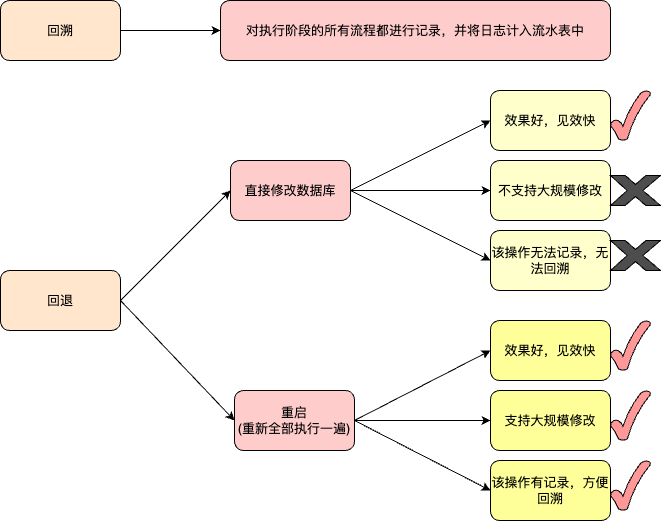
liujunao/draw-data keeps this draw.io diagram as work-draw-file/纠偏之回溯与回滚.png. Above is the earlier version. Source tidied: cells renumbered, new cells last; positions are measured from the earlier drawing's top-left corner, leaving out a move shared by most shapes. The source it was exported from:
```xml
<mxGraphModel>
  <root>
    <mxCell id="0" />
    <mxCell id="1" parent="0" />
    <mxCell id="2" style="rounded=0;jettySize=auto;html=1;exitX=1;exitY=0.5;exitDx=0;exitDy=0;entryX=0;entryY=0.5;entryDx=0;entryDy=0;" parent="1" edge="1" source="4" target="8">
      <mxGeometry relative="1" as="geometry" />
    </mxCell>
    <mxCell id="3" style="rounded=0;jettySize=auto;html=1;exitX=1;exitY=0.5;exitDx=0;exitDy=0;entryX=0;entryY=0.5;entryDx=0;entryDy=0;" parent="1" edge="1" source="4" target="15">
      <mxGeometry relative="1" as="geometry" />
    </mxCell>
    <mxCell id="4" value="回退" style="rounded=1;whiteSpace=wrap;html=1;fillColor=#FFE6CC;" parent="1" vertex="1">
      <mxGeometry y="270" width="120" height="60" as="geometry" />
    </mxCell>
    <mxCell id="5" style="rounded=0;jettySize=auto;html=1;exitX=1;exitY=0.5;exitDx=0;exitDy=0;entryX=0;entryY=0.5;entryDx=0;entryDy=0;" parent="1" edge="1" source="8" target="9">
      <mxGeometry relative="1" as="geometry" />
    </mxCell>
    <mxCell id="6" style="edgeStyle=orthogonalEdgeStyle;rounded=0;jettySize=auto;html=1;exitX=1;exitY=0.5;exitDx=0;exitDy=0;entryX=0;entryY=0.5;entryDx=0;entryDy=0;" parent="1" edge="1" source="8" target="10">
      <mxGeometry relative="1" as="geometry" />
    </mxCell>
    <mxCell id="7" style="rounded=0;jettySize=auto;html=1;exitX=1;exitY=0.5;exitDx=0;exitDy=0;entryX=0;entryY=0.5;entryDx=0;entryDy=0;" parent="1" edge="1" source="8" target="11">
      <mxGeometry relative="1" as="geometry" />
    </mxCell>
    <mxCell id="8" value="直接修改数据库" style="rounded=1;whiteSpace=wrap;html=1;fillColor=#FFCCCC;" parent="1" vertex="1">
      <mxGeometry x="230" y="160" width="120" height="60" as="geometry" />
    </mxCell>
    <mxCell id="9" value="效果好，见效快" style="rounded=1;whiteSpace=wrap;html=1;fillColor=#FFFFCC;" parent="1" vertex="1">
      <mxGeometry x="490" y="90" width="120" height="60" as="geometry" />
    </mxCell>
    <mxCell id="10" value="不支持大规模修改" style="rounded=1;whiteSpace=wrap;html=1;fillColor=#FFFFCC;" parent="1" vertex="1">
      <mxGeometry x="490" y="160" width="120" height="60" as="geometry" />
    </mxCell>
    <mxCell id="11" value="该操作无法记录，无法回溯" style="rounded=1;whiteSpace=wrap;html=1;fillColor=#FFFFCC;" parent="1" vertex="1">
      <mxGeometry x="490" y="230" width="120" height="60" as="geometry" />
    </mxCell>
    <mxCell id="12" style="rounded=0;jettySize=auto;html=1;exitX=1;exitY=0.5;exitDx=0;exitDy=0;entryX=0;entryY=0.5;entryDx=0;entryDy=0;" parent="1" edge="1" source="15" target="16">
      <mxGeometry relative="1" as="geometry" />
    </mxCell>
    <mxCell id="13" style="edgeStyle=orthogonalEdgeStyle;rounded=0;jettySize=auto;html=1;exitX=1;exitY=0.5;exitDx=0;exitDy=0;entryX=0;entryY=0.5;entryDx=0;entryDy=0;" parent="1" edge="1" source="15" target="17">
      <mxGeometry relative="1" as="geometry" />
    </mxCell>
    <mxCell id="14" style="rounded=0;jettySize=auto;html=1;exitX=1;exitY=0.5;exitDx=0;exitDy=0;entryX=0;entryY=0.5;entryDx=0;entryDy=0;" parent="1" edge="1" source="15" target="18">
      <mxGeometry relative="1" as="geometry" />
    </mxCell>
    <mxCell id="15" value="重启&lt;br&gt;(重新全部执行一遍)" style="rounded=1;whiteSpace=wrap;html=1;fillColor=#FFCCCC;" parent="1" vertex="1">
      <mxGeometry x="234" y="390" width="120" height="60" as="geometry" />
    </mxCell>
    <mxCell id="16" value="效果好，见效快" style="rounded=1;whiteSpace=wrap;html=1;fillColor=#FFFF99;" parent="1" vertex="1">
      <mxGeometry x="490" y="320" width="120" height="60" as="geometry" />
    </mxCell>
    <mxCell id="17" value="支持大规模修改" style="rounded=1;whiteSpace=wrap;html=1;fillColor=#FFFF99;" parent="1" vertex="1">
      <mxGeometry x="490" y="390" width="120" height="60" as="geometry" />
    </mxCell>
    <mxCell id="18" value="该操作有记录，方便回溯" style="rounded=1;whiteSpace=wrap;html=1;fillColor=#FFFF99;" parent="1" vertex="1">
      <mxGeometry x="490" y="460" width="120" height="60" as="geometry" />
    </mxCell>
    <mxCell id="19" style="verticalLabelPosition=bottom;verticalAlign=top;html=1;shape=mxgraph.basic.tick;fillColor=#FF9999;" parent="1" vertex="1">
      <mxGeometry x="610" y="90" width="40" height="50" as="geometry" />
    </mxCell>
    <mxCell id="20" style="verticalLabelPosition=bottom;verticalAlign=top;html=1;shape=mxgraph.basic.tick;fillColor=#FF9999;" parent="1" vertex="1">
      <mxGeometry x="610" y="320" width="40" height="50" as="geometry" />
    </mxCell>
    <mxCell id="21" style="verticalLabelPosition=bottom;verticalAlign=top;html=1;shape=mxgraph.basic.tick;fillColor=#FF9999;" parent="1" vertex="1">
      <mxGeometry x="610" y="390" width="40" height="50" as="geometry" />
    </mxCell>
    <mxCell id="22" style="verticalLabelPosition=bottom;verticalAlign=top;html=1;shape=mxgraph.basic.tick;fillColor=#FF9999;" parent="1" vertex="1">
      <mxGeometry x="610" y="460" width="40" height="50" as="geometry" />
    </mxCell>
    <mxCell id="23" style="verticalLabelPosition=bottom;verticalAlign=top;html=1;shape=mxgraph.basic.x;fillColor=#4D4D4D;" parent="1" vertex="1">
      <mxGeometry x="610" y="175" width="50" height="30" as="geometry" />
    </mxCell>
    <mxCell id="24" style="verticalLabelPosition=bottom;verticalAlign=top;html=1;shape=mxgraph.basic.x;fillColor=#4D4D4D;" parent="1" vertex="1">
      <mxGeometry x="610" y="240" width="50" height="30" as="geometry" />
    </mxCell>
    <mxCell id="25" value="对执行阶段的所有流程都进行记录，并将日志计入流水表中" style="rounded=1;whiteSpace=wrap;html=1;fillColor=#FFCCCC;" parent="1" vertex="1">
      <mxGeometry x="220" width="390" height="60" as="geometry" />
    </mxCell>
    <mxCell id="26" style="edgeStyle=orthogonalEdgeStyle;rounded=0;jettySize=auto;html=1;exitX=1;exitY=0.5;exitDx=0;exitDy=0;entryX=0;entryY=0.5;entryDx=0;entryDy=0;" parent="1" edge="1" source="27" target="25">
      <mxGeometry relative="1" as="geometry" />
    </mxCell>
    <mxCell id="27" value="回溯" style="rounded=1;whiteSpace=wrap;html=1;fillColor=#FFE6CC;" parent="1" vertex="1">
      <mxGeometry width="120" height="60" as="geometry" />
    </mxCell>
  </root>
</mxGraphModel>
```
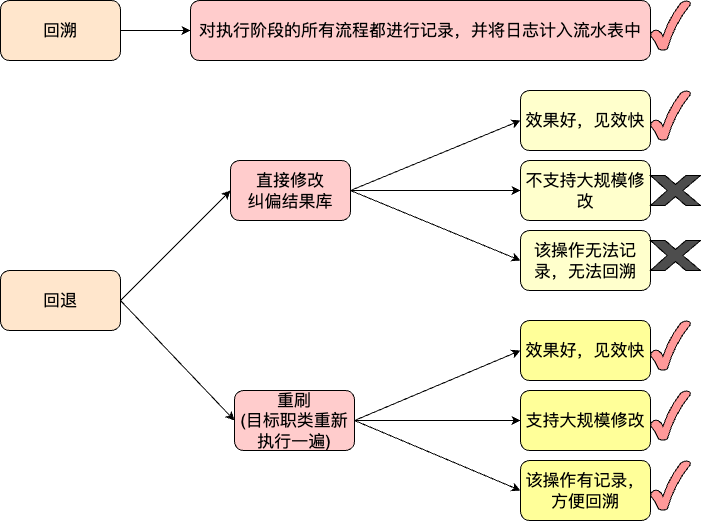
The same diagram one commit later.

Commit message:
更新纠偏之回溯与回滚.png

Change to the diagram source:
```diff
@@ -8,7 +8,7 @@
     <mxCell id="3" style="rounded=0;jettySize=auto;html=1;exitX=1;exitY=0.5;exitDx=0;exitDy=0;entryX=0;entryY=0.5;entryDx=0;entryDy=0;" parent="1" edge="1" source="4" target="15">
       <mxGeometry relative="1" as="geometry" />
     </mxCell>
-    <mxCell id="4" value="回退" style="rounded=1;whiteSpace=wrap;html=1;fillColor=#FFE6CC;" parent="1" vertex="1">
+    <mxCell id="4" value="&lt;font style=&quot;font-size: 17px;&quot;&gt;回退&lt;/font&gt;" style="rounded=1;whiteSpace=wrap;html=1;fillColor=#FFE6CC;" parent="1" vertex="1">
       <mxGeometry y="270" width="120" height="60" as="geometry" />
     </mxCell>
     <mxCell id="5" style="rounded=0;jettySize=auto;html=1;exitX=1;exitY=0.5;exitDx=0;exitDy=0;entryX=0;entryY=0.5;entryDx=0;entryDy=0;" parent="1" edge="1" source="8" target="9">
@@ -20,17 +20,17 @@
     <mxCell id="7" style="rounded=0;jettySize=auto;html=1;exitX=1;exitY=0.5;exitDx=0;exitDy=0;entryX=0;entryY=0.5;entryDx=0;entryDy=0;" parent="1" edge="1" source="8" target="11">
       <mxGeometry relative="1" as="geometry" />
     </mxCell>
-    <mxCell id="8" value="直接修改数据库" style="rounded=1;whiteSpace=wrap;html=1;fillColor=#FFCCCC;" parent="1" vertex="1">
+    <mxCell id="8" value="&lt;font style=&quot;font-size: 17px;&quot;&gt;直接修改&lt;br&gt;纠偏结果库&lt;/font&gt;" style="rounded=1;whiteSpace=wrap;html=1;fillColor=#FFCCCC;" parent="1" vertex="1">
       <mxGeometry x="230" y="160" width="120" height="60" as="geometry" />
     </mxCell>
-    <mxCell id="9" value="效果好，见效快" style="rounded=1;whiteSpace=wrap;html=1;fillColor=#FFFFCC;" parent="1" vertex="1">
-      <mxGeometry x="490" y="90" width="120" height="60" as="geometry" />
+    <mxCell id="9" value="&lt;font style=&quot;font-size: 17px;&quot;&gt;效果好，见效快&lt;/font&gt;" style="rounded=1;whiteSpace=wrap;html=1;fillColor=#FFFFCC;" parent="1" vertex="1">
+      <mxGeometry x="520" y="90" width="130" height="60" as="geometry" />
     </mxCell>
-    <mxCell id="10" value="不支持大规模修改" style="rounded=1;whiteSpace=wrap;html=1;fillColor=#FFFFCC;" parent="1" vertex="1">
-      <mxGeometry x="490" y="160" width="120" height="60" as="geometry" />
+    <mxCell id="10" value="&lt;font style=&quot;font-size: 17px;&quot;&gt;不支持大规模修改&lt;/font&gt;" style="rounded=1;whiteSpace=wrap;html=1;fillColor=#FFFFCC;" parent="1" vertex="1">
+      <mxGeometry x="520" y="160" width="130" height="60" as="geometry" />
     </mxCell>
-    <mxCell id="11" value="该操作无法记录，无法回溯" style="rounded=1;whiteSpace=wrap;html=1;fillColor=#FFFFCC;" parent="1" vertex="1">
-      <mxGeometry x="490" y="230" width="120" height="60" as="geometry" />
+    <mxCell id="11" value="&lt;font style=&quot;font-size: 17px;&quot;&gt;该操作无法记录，无法回溯&lt;/font&gt;" style="rounded=1;whiteSpace=wrap;html=1;fillColor=#FFFFCC;" parent="1" vertex="1">
+      <mxGeometry x="520" y="230" width="130" height="60" as="geometry" />
     </mxCell>
     <mxCell id="12" style="rounded=0;jettySize=auto;html=1;exitX=1;exitY=0.5;exitDx=0;exitDy=0;entryX=0;entryY=0.5;entryDx=0;entryDy=0;" parent="1" edge="1" source="15" target="16">
       <mxGeometry relative="1" as="geometry" />
@@ -41,44 +41,47 @@
     <mxCell id="14" style="rounded=0;jettySize=auto;html=1;exitX=1;exitY=0.5;exitDx=0;exitDy=0;entryX=0;entryY=0.5;entryDx=0;entryDy=0;" parent="1" edge="1" source="15" target="18">
       <mxGeometry relative="1" as="geometry" />
     </mxCell>
-    <mxCell id="15" value="重启&lt;br&gt;(重新全部执行一遍)" style="rounded=1;whiteSpace=wrap;html=1;fillColor=#FFCCCC;" parent="1" vertex="1">
+    <mxCell id="15" value="&lt;font style=&quot;font-size: 17px;&quot;&gt;重刷&lt;br&gt;(目标职类重新执行一遍)&lt;/font&gt;" style="rounded=1;whiteSpace=wrap;html=1;fillColor=#FFCCCC;" parent="1" vertex="1">
       <mxGeometry x="234" y="390" width="120" height="60" as="geometry" />
     </mxCell>
-    <mxCell id="16" value="效果好，见效快" style="rounded=1;whiteSpace=wrap;html=1;fillColor=#FFFF99;" parent="1" vertex="1">
-      <mxGeometry x="490" y="320" width="120" height="60" as="geometry" />
+    <mxCell id="16" value="&lt;font style=&quot;font-size: 17px;&quot;&gt;效果好，见效快&lt;/font&gt;" style="rounded=1;whiteSpace=wrap;html=1;fillColor=#FFFF99;" parent="1" vertex="1">
+      <mxGeometry x="520" y="320" width="130" height="60" as="geometry" />
     </mxCell>
-    <mxCell id="17" value="支持大规模修改" style="rounded=1;whiteSpace=wrap;html=1;fillColor=#FFFF99;" parent="1" vertex="1">
-      <mxGeometry x="490" y="390" width="120" height="60" as="geometry" />
+    <mxCell id="17" value="&lt;font style=&quot;font-size: 17px;&quot;&gt;支持大规模修改&lt;/font&gt;" style="rounded=1;whiteSpace=wrap;html=1;fillColor=#FFFF99;" parent="1" vertex="1">
+      <mxGeometry x="520" y="390" width="130" height="60" as="geometry" />
     </mxCell>
-    <mxCell id="18" value="该操作有记录，方便回溯" style="rounded=1;whiteSpace=wrap;html=1;fillColor=#FFFF99;" parent="1" vertex="1">
-      <mxGeometry x="490" y="460" width="120" height="60" as="geometry" />
+    <mxCell id="18" value="&lt;font style=&quot;font-size: 17px;&quot;&gt;该操作有记录，方便回溯&lt;/font&gt;" style="rounded=1;whiteSpace=wrap;html=1;fillColor=#FFFF99;" parent="1" vertex="1">
+      <mxGeometry x="520" y="460" width="130" height="60" as="geometry" />
     </mxCell>
     <mxCell id="19" style="verticalLabelPosition=bottom;verticalAlign=top;html=1;shape=mxgraph.basic.tick;fillColor=#FF9999;" parent="1" vertex="1">
-      <mxGeometry x="610" y="90" width="40" height="50" as="geometry" />
+      <mxGeometry x="650" y="90" width="40" height="50" as="geometry" />
     </mxCell>
     <mxCell id="20" style="verticalLabelPosition=bottom;verticalAlign=top;html=1;shape=mxgraph.basic.tick;fillColor=#FF9999;" parent="1" vertex="1">
-      <mxGeometry x="610" y="320" width="40" height="50" as="geometry" />
+      <mxGeometry x="650" y="320" width="40" height="50" as="geometry" />
     </mxCell>
     <mxCell id="21" style="verticalLabelPosition=bottom;verticalAlign=top;html=1;shape=mxgraph.basic.tick;fillColor=#FF9999;" parent="1" vertex="1">
-      <mxGeometry x="610" y="390" width="40" height="50" as="geometry" />
+      <mxGeometry x="650" y="390" width="40" height="50" as="geometry" />
     </mxCell>
     <mxCell id="22" style="verticalLabelPosition=bottom;verticalAlign=top;html=1;shape=mxgraph.basic.tick;fillColor=#FF9999;" parent="1" vertex="1">
-      <mxGeometry x="610" y="460" width="40" height="50" as="geometry" />
+      <mxGeometry x="650" y="460" width="40" height="50" as="geometry" />
     </mxCell>
     <mxCell id="23" style="verticalLabelPosition=bottom;verticalAlign=top;html=1;shape=mxgraph.basic.x;fillColor=#4D4D4D;" parent="1" vertex="1">
-      <mxGeometry x="610" y="175" width="50" height="30" as="geometry" />
+      <mxGeometry x="650" y="175" width="50" height="30" as="geometry" />
     </mxCell>
     <mxCell id="24" style="verticalLabelPosition=bottom;verticalAlign=top;html=1;shape=mxgraph.basic.x;fillColor=#4D4D4D;" parent="1" vertex="1">
-      <mxGeometry x="610" y="240" width="50" height="30" as="geometry" />
+      <mxGeometry x="650" y="240" width="50" height="30" as="geometry" />
     </mxCell>
-    <mxCell id="25" value="对执行阶段的所有流程都进行记录，并将日志计入流水表中" style="rounded=1;whiteSpace=wrap;html=1;fillColor=#FFCCCC;" parent="1" vertex="1">
-      <mxGeometry x="220" width="390" height="60" as="geometry" />
+    <mxCell id="25" value="&lt;font style=&quot;font-size: 17px;&quot;&gt;对执行阶段的所有流程都进行记录，并将日志计入流水表中&lt;/font&gt;" style="rounded=1;whiteSpace=wrap;html=1;fillColor=#FFCCCC;" parent="1" vertex="1">
+      <mxGeometry x="190" width="460" height="60" as="geometry" />
     </mxCell>
     <mxCell id="26" style="edgeStyle=orthogonalEdgeStyle;rounded=0;jettySize=auto;html=1;exitX=1;exitY=0.5;exitDx=0;exitDy=0;entryX=0;entryY=0.5;entryDx=0;entryDy=0;" parent="1" edge="1" source="27" target="25">
       <mxGeometry relative="1" as="geometry" />
     </mxCell>
-    <mxCell id="27" value="回溯" style="rounded=1;whiteSpace=wrap;html=1;fillColor=#FFE6CC;" parent="1" vertex="1">
+    <mxCell id="27" value="&lt;font style=&quot;font-size: 17px;&quot;&gt;回溯&lt;/font&gt;" style="rounded=1;whiteSpace=wrap;html=1;fillColor=#FFE6CC;" parent="1" vertex="1">
       <mxGeometry width="120" height="60" as="geometry" />
     </mxCell>
+    <mxCell id="28" style="verticalLabelPosition=bottom;verticalAlign=top;html=1;shape=mxgraph.basic.tick;fillColor=#FF9999;" parent="1" vertex="1">
+      <mxGeometry x="650" width="40" height="50" as="geometry" />
+    </mxCell>
   </root>
 </mxGraphModel>
```
